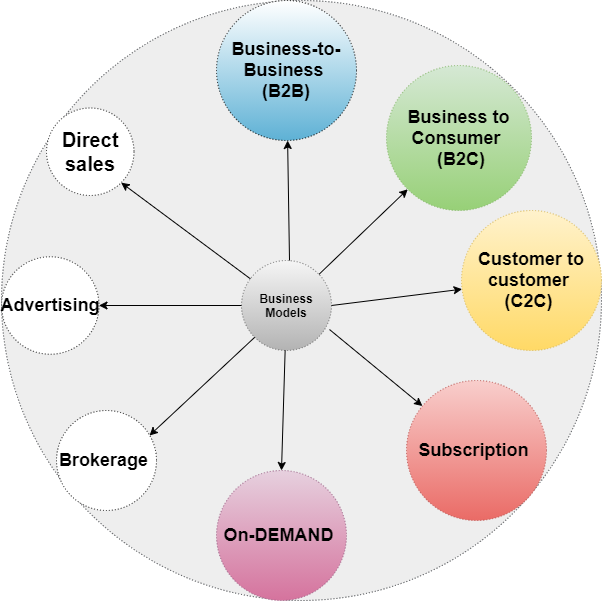
Before: 03_staff/Department_Organizational_chart-Business-Model.png, a diagram exported from draw.io (letrthong/business). Source tidied: cells renumbered, new cells last; positions are measured from the earlier drawing's top-left corner, leaving out a move shared by most shapes. Source of this version:
```xml
<mxGraphModel>
  <root>
    <mxCell id="0" />
    <mxCell id="1" parent="0" />
    <mxCell id="2" style="ellipse;whiteSpace=wrap;html=1;rounded=0;shadow=0;dashed=1;dashPattern=1 2;sketch=0;fillColor=#eeeeee;strokeColor=#36393d;" parent="1" vertex="1">
      <mxGeometry width="600" height="600" as="geometry" />
    </mxCell>
    <mxCell id="3" value="&lt;b&gt;Business Models&lt;/b&gt;" style="ellipse;whiteSpace=wrap;html=1;rounded=0;shadow=0;dashed=1;dashPattern=1 2;sketch=0;strokeColor=#666666;fillColor=#f5f5f5;gradientColor=#b3b3b3;" parent="1" vertex="1">
      <mxGeometry x="240" y="260" width="90" height="90" as="geometry" />
    </mxCell>
    <mxCell id="4" value="&lt;font style=&quot;font-size: 18px&quot;&gt;&lt;span&gt;&lt;b&gt;Business-to-Business&amp;nbsp;&lt;/b&gt;&lt;/span&gt;&lt;br&gt;&lt;span&gt;&lt;b&gt;(B2B)&lt;/b&gt;&lt;/span&gt;&lt;/font&gt;" style="ellipse;whiteSpace=wrap;html=1;rounded=0;shadow=0;dashed=1;dashPattern=1 2;sketch=0;strokeColor=#000000;fillColor=#ffffff;gradientColor=#5EB1D5;" parent="1" vertex="1">
      <mxGeometry x="215" width="140" height="140" as="geometry" />
    </mxCell>
    <mxCell id="5" style="endArrow=classic;html=1;" parent="1" edge="1" target="4">
      <mxGeometry relative="1" as="geometry">
        <mxPoint x="288" y="260" as="sourcePoint" />
      </mxGeometry>
    </mxCell>
    <mxCell id="6" value="&lt;font style=&quot;font-size: 18px&quot;&gt;&lt;span&gt;&lt;b&gt;Business to Consumer&amp;nbsp;&lt;/b&gt;&lt;/span&gt;&lt;br&gt;&lt;span&gt;&lt;b&gt;&amp;nbsp;(B2C)&lt;/b&gt;&lt;/span&gt;&lt;/font&gt;" style="ellipse;whiteSpace=wrap;html=1;rounded=0;shadow=0;dashed=1;dashPattern=1 2;sketch=0;strokeColor=#82b366;fillColor=#d5e8d4;gradientColor=#97d077;" parent="1" vertex="1">
      <mxGeometry x="385" y="65" width="145" height="145" as="geometry" />
    </mxCell>
    <mxCell id="7" value="&lt;font style=&quot;font-size: 18px&quot;&gt;&lt;span&gt;&lt;b&gt;Customer to customer&amp;nbsp;&lt;/b&gt;&lt;/span&gt;&lt;br&gt;&lt;span&gt;&lt;b&gt;(C2C)&amp;nbsp;&lt;/b&gt;&lt;/span&gt;&lt;/font&gt;" style="ellipse;whiteSpace=wrap;html=1;rounded=0;shadow=0;dashed=1;dashPattern=1 2;sketch=0;strokeColor=#d6b656;fillColor=#fff2cc;gradientColor=#ffd966;" parent="1" vertex="1">
      <mxGeometry x="460" y="210" width="140" height="140" as="geometry" />
    </mxCell>
    <mxCell id="8" style="endArrow=classic;html=1;entryX=0;entryY=1;entryDx=0;entryDy=0;" parent="1" edge="1" source="3" target="6">
      <mxGeometry relative="1" as="geometry" />
    </mxCell>
    <mxCell id="9" style="endArrow=classic;html=1;exitX=1;exitY=0.5;exitDx=0;exitDy=0;" parent="1" edge="1" source="3" target="7">
      <mxGeometry relative="1" as="geometry" />
    </mxCell>
    <mxCell id="10" value="&lt;b&gt;&lt;font style=&quot;font-size: 18px&quot;&gt;Subscription&amp;nbsp;&lt;/font&gt;&lt;/b&gt;" style="ellipse;whiteSpace=wrap;html=1;rounded=0;shadow=0;dashed=1;dashPattern=1 2;sketch=0;strokeColor=#b85450;fillColor=#f8cecc;gradientColor=#ea6b66;" parent="1" vertex="1">
      <mxGeometry x="405" y="380" width="140" height="140" as="geometry" />
    </mxCell>
    <mxCell id="11" style="endArrow=classic;html=1;exitX=0.978;exitY=0.767;exitDx=0;exitDy=0;exitPerimeter=0;" parent="1" edge="1" source="3" target="10">
      <mxGeometry relative="1" as="geometry" />
    </mxCell>
    <mxCell id="12" value="&lt;font style=&quot;font-size: 18px&quot;&gt;&lt;b&gt;On-DEMAND&amp;nbsp;&lt;/b&gt;&lt;/font&gt;" style="ellipse;whiteSpace=wrap;html=1;rounded=0;shadow=0;dashed=1;dashPattern=1 2;sketch=0;strokeColor=#996185;fillColor=#e6d0de;gradientColor=#d5739d;" parent="1" vertex="1">
      <mxGeometry x="215" y="470" width="130" height="130" as="geometry" />
    </mxCell>
    <mxCell id="13" style="endArrow=classic;html=1;entryX=0.5;entryY=0;entryDx=0;entryDy=0;" parent="1" edge="1" source="3" target="12">
      <mxGeometry relative="1" as="geometry" />
    </mxCell>
    <mxCell id="14" value="&lt;span style=&quot;font-size: 20px&quot;&gt;&lt;b&gt;Direct sales&lt;/b&gt;&lt;/span&gt;" style="ellipse;whiteSpace=wrap;html=1;rounded=0;shadow=0;dashed=1;dashPattern=1 2;sketch=0;" parent="1" vertex="1">
      <mxGeometry x="45" y="107.5" width="87.5" height="87.5" as="geometry" />
    </mxCell>
    <mxCell id="15" value="&lt;b&gt;&lt;font style=&quot;font-size: 18px&quot;&gt;Advertising&lt;/font&gt;&lt;/b&gt;" style="ellipse;whiteSpace=wrap;html=1;rounded=0;shadow=0;dashed=1;dashPattern=1 2;sketch=0;" parent="1" vertex="1">
      <mxGeometry y="256.2" width="97.5" height="97.5" as="geometry" />
    </mxCell>
    <mxCell id="16" value="&lt;b&gt;&lt;font style=&quot;font-size: 18px&quot;&gt;Brokerage&amp;nbsp;&lt;/font&gt;&lt;/b&gt;" style="ellipse;whiteSpace=wrap;html=1;rounded=0;shadow=0;dashed=1;dashPattern=1 2;sketch=0;" parent="1" vertex="1">
      <mxGeometry x="55" y="410" width="100" height="100" as="geometry" />
    </mxCell>
    <mxCell id="17" style="endArrow=classic;html=1;entryX=1;entryY=1;entryDx=0;entryDy=0;" parent="1" edge="1" source="3" target="14">
      <mxGeometry relative="1" as="geometry" />
    </mxCell>
    <mxCell id="18" style="endArrow=classic;html=1;entryX=1;entryY=0.5;entryDx=0;entryDy=0;" parent="1" edge="1" source="3" target="15">
      <mxGeometry relative="1" as="geometry" />
    </mxCell>
    <mxCell id="19" style="endArrow=classic;html=1;entryX=0.93;entryY=0.25;entryDx=0;entryDy=0;entryPerimeter=0;exitX=0;exitY=1;exitDx=0;exitDy=0;" parent="1" edge="1" source="3" target="16">
      <mxGeometry relative="1" as="geometry" />
    </mxCell>
  </root>
</mxGraphModel>
```
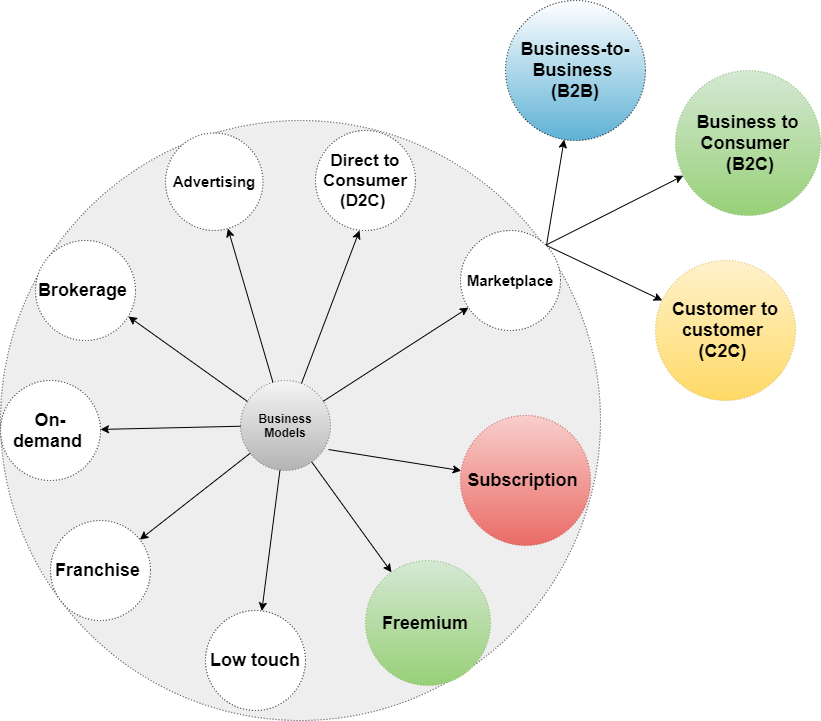
The same file after the commit.

Diff of the diagram source:
```diff
@@ -3,60 +3,82 @@
     <mxCell id="0" />
     <mxCell id="1" parent="0" />
     <mxCell id="2" style="ellipse;whiteSpace=wrap;html=1;rounded=0;shadow=0;dashed=1;dashPattern=1 2;sketch=0;fillColor=#eeeeee;strokeColor=#36393d;" parent="1" vertex="1">
-      <mxGeometry width="600" height="600" as="geometry" />
+      <mxGeometry x="-5" y="100" width="600" height="600" as="geometry" />
     </mxCell>
     <mxCell id="3" value="&lt;b&gt;Business Models&lt;/b&gt;" style="ellipse;whiteSpace=wrap;html=1;rounded=0;shadow=0;dashed=1;dashPattern=1 2;sketch=0;strokeColor=#666666;fillColor=#f5f5f5;gradientColor=#b3b3b3;" parent="1" vertex="1">
-      <mxGeometry x="240" y="260" width="90" height="90" as="geometry" />
+      <mxGeometry x="235" y="360" width="90" height="90" as="geometry" />
     </mxCell>
     <mxCell id="4" value="&lt;font style=&quot;font-size: 18px&quot;&gt;&lt;span&gt;&lt;b&gt;Business-to-Business&amp;nbsp;&lt;/b&gt;&lt;/span&gt;&lt;br&gt;&lt;span&gt;&lt;b&gt;(B2B)&lt;/b&gt;&lt;/span&gt;&lt;/font&gt;" style="ellipse;whiteSpace=wrap;html=1;rounded=0;shadow=0;dashed=1;dashPattern=1 2;sketch=0;strokeColor=#000000;fillColor=#ffffff;gradientColor=#5EB1D5;" parent="1" vertex="1">
-      <mxGeometry x="215" width="140" height="140" as="geometry" />
+      <mxGeometry x="500" y="-20" width="140" height="140" as="geometry" />
     </mxCell>
-    <mxCell id="5" style="endArrow=classic;html=1;" parent="1" edge="1" target="4">
-      <mxGeometry relative="1" as="geometry">
-        <mxPoint x="288" y="260" as="sourcePoint" />
-      </mxGeometry>
+    <mxCell id="5" style="endArrow=classic;html=1;exitX=0.846;exitY=0.231;exitDx=0;exitDy=0;exitPerimeter=0;" parent="1" edge="1" source="26" target="4">
+      <mxGeometry relative="1" as="geometry" />
     </mxCell>
     <mxCell id="6" value="&lt;font style=&quot;font-size: 18px&quot;&gt;&lt;span&gt;&lt;b&gt;Business to Consumer&amp;nbsp;&lt;/b&gt;&lt;/span&gt;&lt;br&gt;&lt;span&gt;&lt;b&gt;&amp;nbsp;(B2C)&lt;/b&gt;&lt;/span&gt;&lt;/font&gt;" style="ellipse;whiteSpace=wrap;html=1;rounded=0;shadow=0;dashed=1;dashPattern=1 2;sketch=0;strokeColor=#82b366;fillColor=#d5e8d4;gradientColor=#97d077;" parent="1" vertex="1">
-      <mxGeometry x="385" y="65" width="145" height="145" as="geometry" />
+      <mxGeometry x="670" y="50" width="145" height="145" as="geometry" />
     </mxCell>
     <mxCell id="7" value="&lt;font style=&quot;font-size: 18px&quot;&gt;&lt;span&gt;&lt;b&gt;Customer to customer&amp;nbsp;&lt;/b&gt;&lt;/span&gt;&lt;br&gt;&lt;span&gt;&lt;b&gt;(C2C)&amp;nbsp;&lt;/b&gt;&lt;/span&gt;&lt;/font&gt;" style="ellipse;whiteSpace=wrap;html=1;rounded=0;shadow=0;dashed=1;dashPattern=1 2;sketch=0;strokeColor=#d6b656;fillColor=#fff2cc;gradientColor=#ffd966;" parent="1" vertex="1">
-      <mxGeometry x="460" y="210" width="140" height="140" as="geometry" />
+      <mxGeometry x="650" y="240" width="140" height="140" as="geometry" />
     </mxCell>
-    <mxCell id="8" style="endArrow=classic;html=1;entryX=0;entryY=1;entryDx=0;entryDy=0;" parent="1" edge="1" source="3" target="6">
+    <mxCell id="8" style="endArrow=classic;html=1;" parent="1" edge="1" source="3" target="26">
       <mxGeometry relative="1" as="geometry" />
     </mxCell>
-    <mxCell id="9" style="endArrow=classic;html=1;exitX=1;exitY=0.5;exitDx=0;exitDy=0;" parent="1" edge="1" source="3" target="7">
+    <mxCell id="9" style="endArrow=classic;html=1;exitX=1;exitY=0;exitDx=0;exitDy=0;" parent="1" edge="1" source="26" target="7">
       <mxGeometry relative="1" as="geometry" />
     </mxCell>
     <mxCell id="10" value="&lt;b&gt;&lt;font style=&quot;font-size: 18px&quot;&gt;Subscription&amp;nbsp;&lt;/font&gt;&lt;/b&gt;" style="ellipse;whiteSpace=wrap;html=1;rounded=0;shadow=0;dashed=1;dashPattern=1 2;sketch=0;strokeColor=#b85450;fillColor=#f8cecc;gradientColor=#ea6b66;" parent="1" vertex="1">
-      <mxGeometry x="405" y="380" width="140" height="140" as="geometry" />
+      <mxGeometry x="455" y="395" width="130" height="130" as="geometry" />
     </mxCell>
     <mxCell id="11" style="endArrow=classic;html=1;exitX=0.978;exitY=0.767;exitDx=0;exitDy=0;exitPerimeter=0;" parent="1" edge="1" source="3" target="10">
       <mxGeometry relative="1" as="geometry" />
     </mxCell>
-    <mxCell id="12" value="&lt;font style=&quot;font-size: 18px&quot;&gt;&lt;b&gt;On-DEMAND&amp;nbsp;&lt;/b&gt;&lt;/font&gt;" style="ellipse;whiteSpace=wrap;html=1;rounded=0;shadow=0;dashed=1;dashPattern=1 2;sketch=0;strokeColor=#996185;fillColor=#e6d0de;gradientColor=#d5739d;" parent="1" vertex="1">
-      <mxGeometry x="215" y="470" width="130" height="130" as="geometry" />
+    <mxCell id="12" value="&lt;font style=&quot;font-size: 18px&quot;&gt;&lt;b&gt;Freemium&lt;/b&gt;&lt;b&gt;&amp;nbsp;&lt;/b&gt;&lt;/font&gt;" style="ellipse;whiteSpace=wrap;html=1;rounded=0;shadow=0;dashed=1;dashPattern=1 2;sketch=0;gradientColor=#97d077;fillColor=#d5e8d4;strokeColor=#82b366;" parent="1" vertex="1">
+      <mxGeometry x="360" y="540" width="125" height="125" as="geometry" />
     </mxCell>
-    <mxCell id="13" style="endArrow=classic;html=1;entryX=0.5;entryY=0;entryDx=0;entryDy=0;" parent="1" edge="1" source="3" target="12">
+    <mxCell id="13" style="endArrow=classic;html=1;" parent="1" edge="1" source="3" target="12">
       <mxGeometry relative="1" as="geometry" />
     </mxCell>
-    <mxCell id="14" value="&lt;span style=&quot;font-size: 20px&quot;&gt;&lt;b&gt;Direct sales&lt;/b&gt;&lt;/span&gt;" style="ellipse;whiteSpace=wrap;html=1;rounded=0;shadow=0;dashed=1;dashPattern=1 2;sketch=0;" parent="1" vertex="1">
-      <mxGeometry x="45" y="107.5" width="87.5" height="87.5" as="geometry" />
+    <mxCell id="14" value="&lt;b&gt;&lt;font style=&quot;font-size: 17px&quot;&gt;Direct to Consumer (D2C)&amp;nbsp;&lt;/font&gt;&lt;/b&gt;" style="ellipse;whiteSpace=wrap;html=1;rounded=0;shadow=0;dashed=1;dashPattern=1 2;sketch=0;" parent="1" vertex="1">
+      <mxGeometry x="310" y="110" width="100" height="100" as="geometry" />
     </mxCell>
-    <mxCell id="15" value="&lt;b&gt;&lt;font style=&quot;font-size: 18px&quot;&gt;Advertising&lt;/font&gt;&lt;/b&gt;" style="ellipse;whiteSpace=wrap;html=1;rounded=0;shadow=0;dashed=1;dashPattern=1 2;sketch=0;" parent="1" vertex="1">
-      <mxGeometry y="256.2" width="97.5" height="97.5" as="geometry" />
+    <mxCell id="15" value="&lt;b&gt;&lt;font style=&quot;font-size: 15px&quot;&gt;Advertising&lt;/font&gt;&lt;/b&gt;" style="ellipse;whiteSpace=wrap;html=1;rounded=0;shadow=0;dashed=1;dashPattern=1 2;sketch=0;" parent="1" vertex="1">
+      <mxGeometry x="160" y="112.5" width="97.5" height="97.5" as="geometry" />
     </mxCell>
     <mxCell id="16" value="&lt;b&gt;&lt;font style=&quot;font-size: 18px&quot;&gt;Brokerage&amp;nbsp;&lt;/font&gt;&lt;/b&gt;" style="ellipse;whiteSpace=wrap;html=1;rounded=0;shadow=0;dashed=1;dashPattern=1 2;sketch=0;" parent="1" vertex="1">
-      <mxGeometry x="55" y="410" width="100" height="100" as="geometry" />
+      <mxGeometry x="30" y="220" width="100" height="100" as="geometry" />
     </mxCell>
-    <mxCell id="17" style="endArrow=classic;html=1;entryX=1;entryY=1;entryDx=0;entryDy=0;" parent="1" edge="1" source="3" target="14">
+    <mxCell id="17" style="endArrow=classic;html=1;entryX=0.44;entryY=1;entryDx=0;entryDy=0;entryPerimeter=0;" parent="1" edge="1" source="3" target="14">
       <mxGeometry relative="1" as="geometry" />
     </mxCell>
-    <mxCell id="18" style="endArrow=classic;html=1;entryX=1;entryY=0.5;entryDx=0;entryDy=0;" parent="1" edge="1" source="3" target="15">
+    <mxCell id="18" style="endArrow=classic;html=1;" parent="1" edge="1" source="3" target="15">
       <mxGeometry relative="1" as="geometry" />
     </mxCell>
-    <mxCell id="19" style="endArrow=classic;html=1;entryX=0.93;entryY=0.25;entryDx=0;entryDy=0;entryPerimeter=0;exitX=0;exitY=1;exitDx=0;exitDy=0;" parent="1" edge="1" source="3" target="16">
+    <mxCell id="19" style="endArrow=classic;html=1;entryX=0.93;entryY=0.76;entryDx=0;entryDy=0;entryPerimeter=0;exitX=0.078;exitY=0.233;exitDx=0;exitDy=0;exitPerimeter=0;" parent="1" edge="1" source="3" target="16">
       <mxGeometry relative="1" as="geometry" />
     </mxCell>
+    <mxCell id="20" value="&lt;span style=&quot;font-size: 18px&quot;&gt;&lt;b&gt;On-demand&amp;nbsp;&lt;/b&gt;&lt;/span&gt;" style="ellipse;whiteSpace=wrap;html=1;rounded=0;shadow=0;dashed=1;dashPattern=1 2;sketch=0;" parent="1" vertex="1">
+      <mxGeometry x="-5" y="360" width="100" height="100" as="geometry" />
+    </mxCell>
+    <mxCell id="21" style="endArrow=classic;html=1;" parent="1" edge="1" source="3" target="20">
+      <mxGeometry relative="1" as="geometry" />
+    </mxCell>
+    <mxCell id="22" value="&lt;span style=&quot;font-size: 18px&quot;&gt;&lt;b&gt;Low touch&lt;/b&gt;&lt;/span&gt;" style="ellipse;whiteSpace=wrap;html=1;rounded=0;shadow=0;dashed=1;dashPattern=1 2;sketch=0;" parent="1" vertex="1">
+      <mxGeometry x="200" y="590" width="100" height="100" as="geometry" />
+    </mxCell>
+    <mxCell id="23" style="endArrow=classic;html=1;" parent="1" edge="1" source="3" target="22">
+      <mxGeometry relative="1" as="geometry" />
+    </mxCell>
+    <mxCell id="24" value="&lt;span style=&quot;font-size: 18px&quot;&gt;&lt;b&gt;Franchise&amp;nbsp;&lt;/b&gt;&lt;/span&gt;" style="ellipse;whiteSpace=wrap;html=1;rounded=0;shadow=0;dashed=1;dashPattern=1 2;sketch=0;" parent="1" vertex="1">
+      <mxGeometry x="45" y="500" width="100" height="100" as="geometry" />
+    </mxCell>
+    <mxCell id="25" style="endArrow=classic;html=1;" parent="1" edge="1" source="3" target="24">
+      <mxGeometry relative="1" as="geometry" />
+    </mxCell>
+    <mxCell id="26" value="&lt;b&gt;&lt;font style=&quot;font-size: 15px&quot;&gt;Marketplace&lt;/font&gt;&lt;/b&gt;" style="ellipse;whiteSpace=wrap;html=1;rounded=0;shadow=0;dashed=1;dashPattern=1 2;sketch=0;" parent="1" vertex="1">
+      <mxGeometry x="455" y="210" width="100" height="100" as="geometry" />
+    </mxCell>
+    <mxCell id="27" style="endArrow=classic;html=1;exitX=1;exitY=0;exitDx=0;exitDy=0;" parent="1" edge="1" source="26" target="6">
+      <mxGeometry relative="1" as="geometry" />
+    </mxCell>
   </root>
 </mxGraphModel>
```
